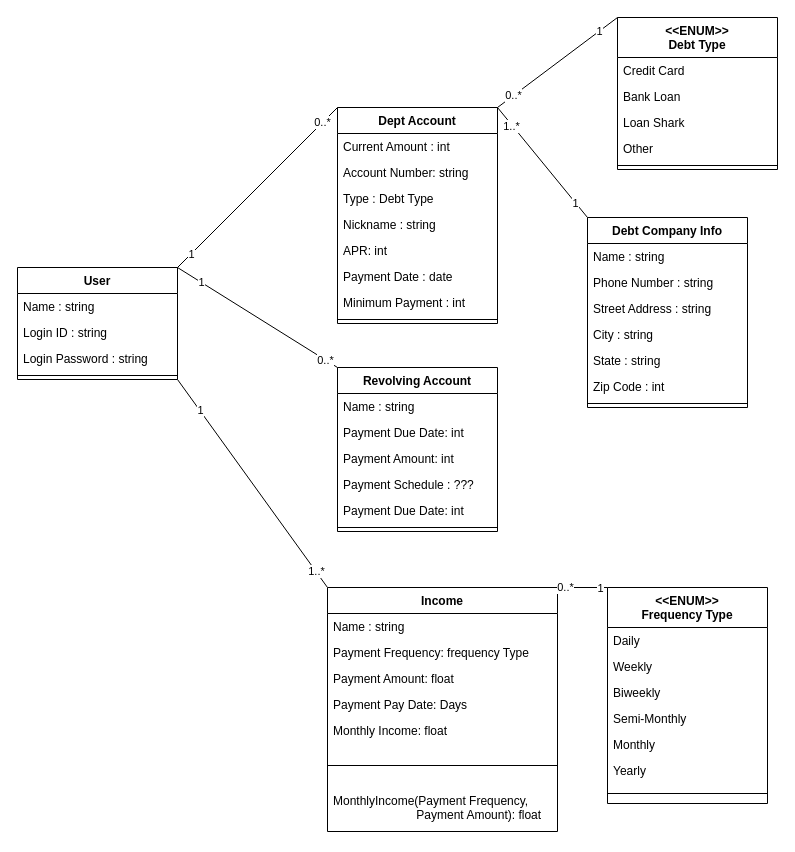
Above: Class Diagram.drawio in PatrickMcDougle/CSE682-Software-Engineering-Project (draw.io), before the change. Source tidied: cells renumbered, new cells numbered last; positions are measured from the earlier drawing's top-left corner, leaving out a move shared by most shapes. Both pictures are drawn from the tidied source at 100%, with x=0, y=0 at pixel (17, 17).
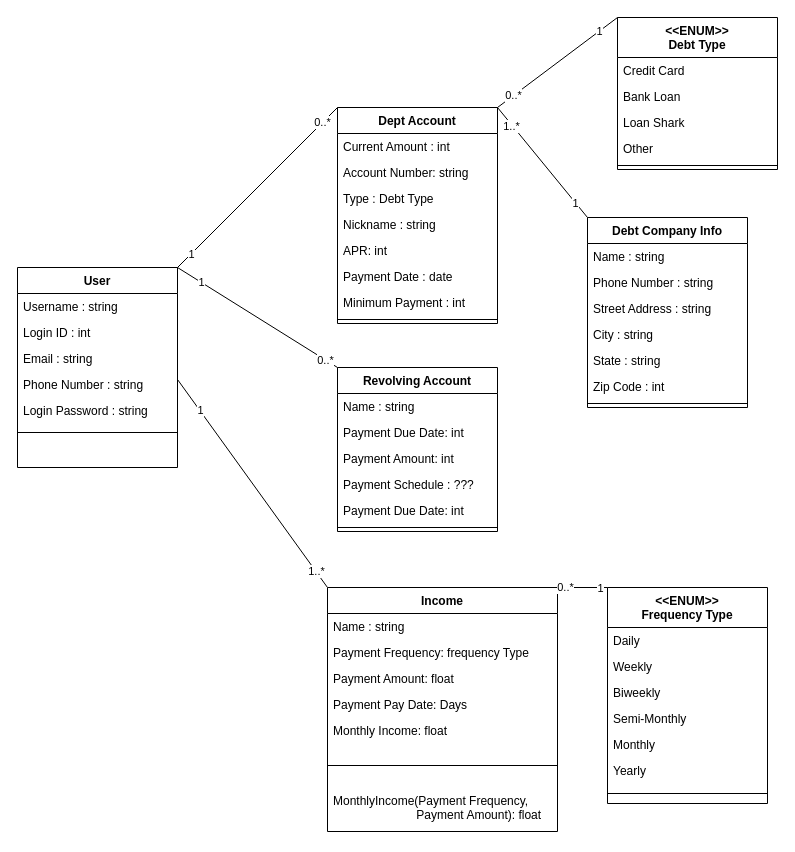
The same diagram, later.

Commit message:
Added some additional fields to the user class on the Class Diagram.

What changed in the source:
```diff
@@
     <mxCell id="32" value="User" style="swimlane;fontStyle=1;align=center;verticalAlign=top;horizontal=1;startSize=26;" parent="1" vertex="1">
-      <mxGeometry y="250" width="160" height="112" as="geometry" />
+      <mxGeometry y="250" width="160" height="200" as="geometry" />
     </mxCell>
-    <mxCell id="33" value="Name : string" style="text;strokeColor=none;fillColor=none;align=left;verticalAlign=top;spacingLeft=4;spacingRight=4;overflow=hidden;" parent="32" vertex="1">
+    <mxCell id="33" value="Username : string" style="text;strokeColor=none;fillColor=none;align=left;verticalAlign=top;spacingLeft=4;spacingRight=4;overflow=hidden;" parent="32" vertex="1">
       <mxGeometry y="26" width="160" height="26" as="geometry" />
     </mxCell>
-    <mxCell id="34" value="Login ID : string" style="text;strokeColor=none;fillColor=none;align=left;verticalAlign=top;spacingLeft=4;spacingRight=4;overflow=hidden;" parent="32" vertex="1">
+    <mxCell id="34" value="Login ID : int" style="text;strokeColor=none;fillColor=none;align=left;verticalAlign=top;spacingLeft=4;spacingRight=4;overflow=hidden;" parent="32" vertex="1">
       <mxGeometry y="52" width="160" height="26" as="geometry" />
     </mxCell>
-    <mxCell id="35" value="Login Password : string" style="text;strokeColor=none;fillColor=none;align=left;verticalAlign=top;spacingLeft=4;spacingRight=4;overflow=hidden;" parent="32" vertex="1">
+    <mxCell id="35" value="Email : string" style="text;strokeColor=none;fillColor=none;align=left;verticalAlign=top;spacingLeft=4;spacingRight=4;overflow=hidden;" parent="32" vertex="1">
       <mxGeometry y="78" width="160" height="26" as="geometry" />
     </mxCell>
+    <mxCell id="71" value="Phone Number : string" style="text;strokeColor=none;fillColor=none;align=left;verticalAlign=top;spacingLeft=4;spacingRight=4;overflow=hidden;" parent="32" vertex="1">
+      <mxGeometry y="104" width="160" height="26" as="geometry" />
+    </mxCell>
     <mxCell id="36" style="line;strokeWidth=1;fillColor=none;align=left;verticalAlign=middle;spacingTop=-1;spacingLeft=3;spacingRight=3;labelPosition=right;" parent="32" vertex="1">
-      <mxGeometry y="104" width="160" height="8" as="geometry" />
+      <mxGeometry y="130" width="160" height="70" as="geometry" />
     </mxCell>
@@
+    <mxCell id="72" value="Login Password : string" style="text;strokeColor=none;fillColor=none;align=left;verticalAlign=top;spacingLeft=4;spacingRight=4;overflow=hidden;" parent="1" vertex="1">
+      <mxGeometry y="380" width="160" height="26" as="geometry" />
+    </mxCell>
```
